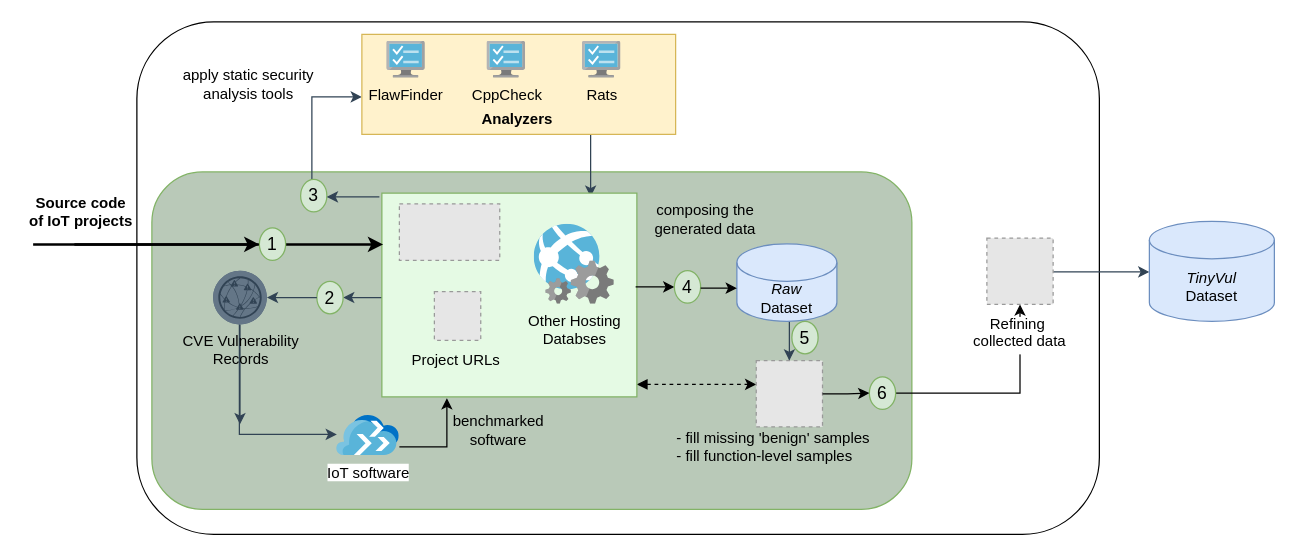
The draw.io diagram figure/framework.drawio in SmartSecLab/IoTvulCode, before the edit. Source tidied: cells renumbered, new cells numbered last; positions are measured from the earlier drawing's top-left corner, leaving out a move shared by most shapes. Both pictures are drawn from the tidied source at 125%, with x=0, y=0 at pixel (21, 21). Pictures stored in the file or linked from it are replaced by grey dashed boxes.
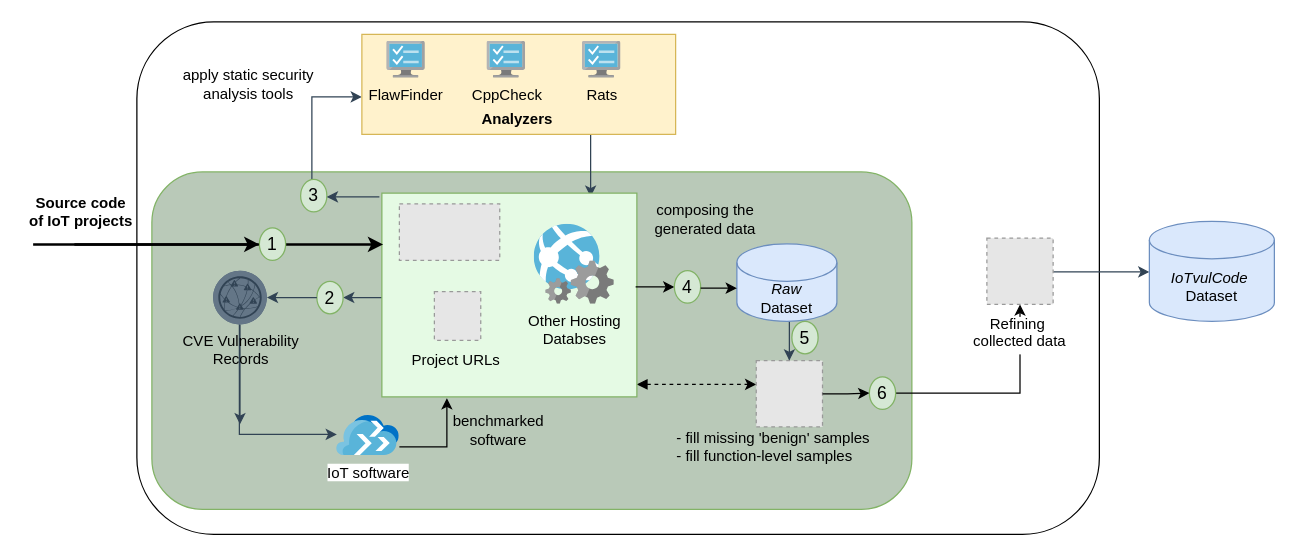
The same diagram, later.

The edit, as a diff of the source:
```diff
@@
-    <mxCell id="13" value="&lt;i&gt;TinyVul&lt;/i&gt; &lt;br&gt;Dataset" style="shape=cylinder3;whiteSpace=wrap;html=1;boundedLbl=1;backgroundOutline=1;size=15;fillColor=#dae8fc;strokeColor=#6c8ebf;" parent="1" vertex="1">
+    <mxCell id="13" value="&lt;i&gt;IoTvulCode&lt;/i&gt;&amp;nbsp;&lt;br&gt;Dataset" style="shape=cylinder3;whiteSpace=wrap;html=1;boundedLbl=1;backgroundOutline=1;size=15;fillColor=#dae8fc;strokeColor=#6c8ebf;" parent="1" vertex="1">
       <mxGeometry x="902" y="159.5" width="100" height="80" as="geometry" />
     </mxCell>
```
